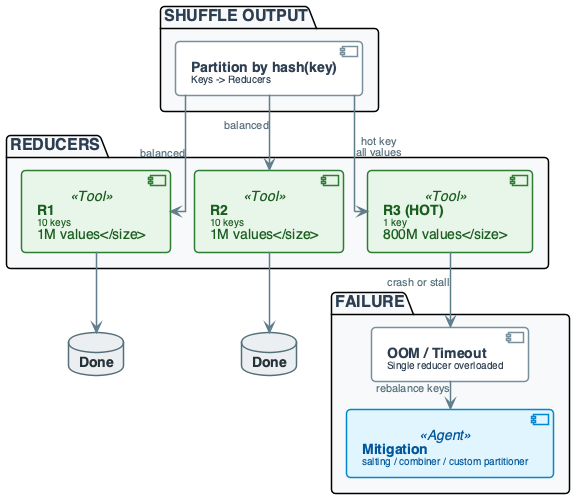
Earlier version of the PlantUML export diagrams/week03/week3_lecture_slide38_failure_skew.png (OrPerets/data-engineering-course).
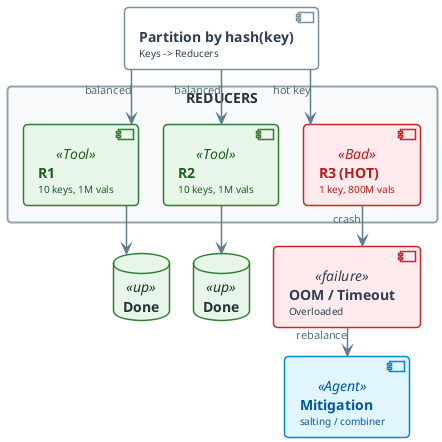
Above is the later version.

Diff of the diagram source:
```diff
@@ -118,31 +118,32 @@
 }
 
 
-package "SHUFFLE OUTPUT" #F8F9FA {
-    component "**Partition by hash(key)**\n<size:10>Keys -> Reducers</size>" as PART
+
+component "**Partition by hash(key)**\n<size:10>Keys -> Reducers</size>" as PART
+
+rectangle "REDUCERS" #F8F9FA {
+    component "**R1**\n<size:10>10 keys, 1M vals</size>" as R1 <<Tool>>
+    component "**R2**\n<size:10>10 keys, 1M vals</size>" as R2 <<Tool>>
+    component "**R3 (HOT)**\n<size:10>1 key, 800M vals</size>" as R3 <<Bad>>
+    R1 -[hidden]right- R2
+    R2 -[hidden]right- R3
 }
 
-package "REDUCERS" #F8F9FA {
-    component "**R1**\n<size:10>10 keys\n1M values</size>" as R1 <<Tool>>
-    component "**R2**\n<size:10>10 keys\n1M values</size>" as R2 <<Tool>>
-    component "**R3 (HOT)**\n<size:10>1 key\n800M values</size>" as R3 <<Tool>>
+together {
+    database "**Done**" as D1 <<up>>
+    database "**Done**" as D2 <<up>>
+    component "**OOM / Timeout**\n<size:10>Overloaded</size>" as FAIL <<failure>>
 }
 
-package "FAILURE" #F8F9FA {
-    component "**OOM / Timeout**\n<size:10>Single reducer overloaded</size>" as FAIL
-    component "**Mitigation**\n<size:10>salting / combiner / custom partitioner</size>" as FIX <<Agent>>
-}
+component "**Mitigation**\n<size:10>salting / combiner</size>" as FIX <<Agent>>
 
-database "**Done**" as D1
-database "**Done**" as D2
+PART -down-> R1 : "balanced"
+PART -down-> R2 : "balanced"
+PART -down-> R3 : "hot key"
 
-PART --> R1 : "balanced"
-PART --> R2 : "balanced"
-PART --> R3 : "hot key\nall values"
-
-R1 --> D1
-R2 --> D2
-R3 --> FAIL : "crash or stall"
-FAIL --> FIX : "rebalance keys"
+R1 -down-> D1
+R2 -down-> D2
+R3 -down-> FAIL : "crash"
+FAIL -down-> FIX : "rebalance"
 
 @enduml
```
